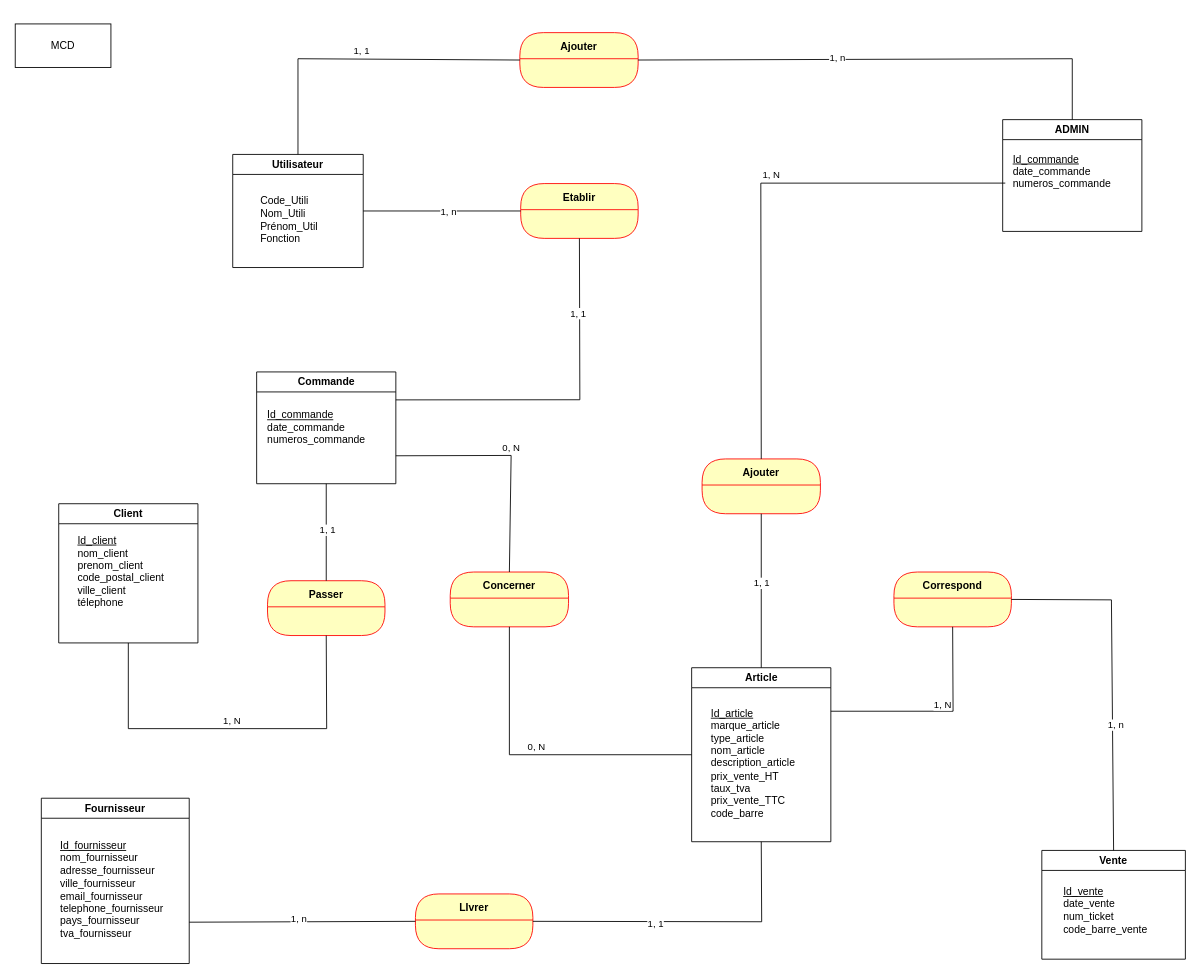
Before: page "MCD" (1 of 3) of G.Stock.drawio in rachellusamba/CO-G.Stock, a draw.io diagram. Source tidied: cells renumbered, new cells numbered last; positions are measured from the earlier drawing's top-left corner, leaving out a move shared by most shapes. Both pictures are drawn from the tidied source at 87%, with x=0, y=0 at pixel (15, 23).
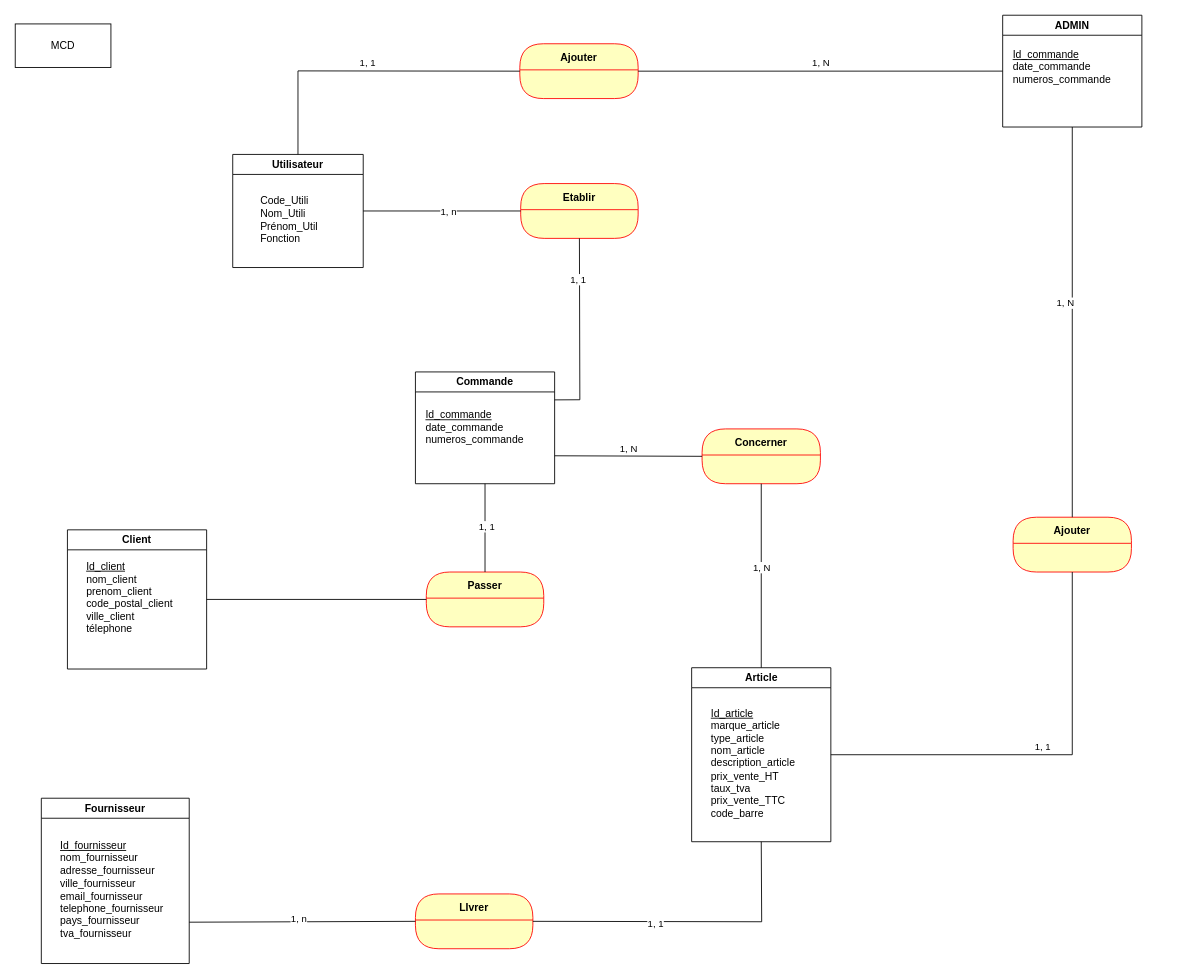
The same page after the edit.

The change refers to these unchanged cells:
```xml
<mxCell id="12" value="Article" style="swimlane;whiteSpace=wrap;html=1;" parent="1" vertex="1">
  <mxGeometry x="777.5" y="740" width="160" height="200" as="geometry" />
</mxCell>
<mxCell id="30" value="Utilisateur" style="swimlane;whiteSpace=wrap;html=1;" parent="1" vertex="1">
  <mxGeometry x="250" y="150" width="150" height="130" as="geometry" />
</mxCell>
<mxCell id="37" value="&lt;div align=&quot;left&quot;&gt;&lt;u&gt;Id_commande&lt;/u&gt;&lt;br&gt;date_commande&lt;br&gt;numeros_commande&lt;br&gt;&lt;br&gt;&lt;/div&gt;&lt;div align=&quot;left&quot;&gt;&lt;br&gt;&lt;/div&gt;" style="text;html=1;align=left;verticalAlign=middle;points=[];strokeColor=none;fillColor=none;" parent="36" vertex="1">
  <mxGeometry x="10" y="28.5" width="140" height="90" as="geometry" />
</mxCell>
```

The edit, as a diff of the source:
```diff
@@
     <mxCell id="2" value="Passer" style="swimlane;fontStyle=1;align=center;verticalAlign=middle;horizontal=1;startSize=30;fontColor=#000000;rounded=1;arcSize=30;strokeColor=#ff0000;fillColor=#ffffc0;swimlaneFillColor=#ffffc0;" parent="1" vertex="1">
-      <mxGeometry x="290" y="640" width="135" height="63" as="geometry" />
+      <mxGeometry x="472.5" y="630" width="135" height="63" as="geometry" />
     </mxCell>
@@
     <mxCell id="4" value="Concerner" style="swimlane;fontStyle=1;align=center;verticalAlign=middle;horizontal=1;startSize=30;fontColor=#000000;rounded=1;arcSize=30;strokeColor=#ff0000;fillColor=#ffffc0;swimlaneFillColor=#ffffc0;" parent="1" vertex="1">
-      <mxGeometry x="500" y="630" width="136" height="63" as="geometry" />
+      <mxGeometry x="789.5" y="465.5" width="136" height="63" as="geometry" />
     </mxCell>
-    <mxCell id="5" value="Correspond" style="swimlane;fontStyle=1;align=center;verticalAlign=middle;horizontal=1;startSize=30;fontColor=#000000;rounded=1;arcSize=30;strokeColor=#ff0000;fillColor=#ffffc0;swimlaneFillColor=#ffffc0;" parent="1" vertex="1">
-      <mxGeometry x="1010" y="630" width="135" height="63" as="geometry" />
-    </mxCell>
@@
     <mxCell id="8" value="Client" style="swimlane;whiteSpace=wrap;html=1;" parent="1" vertex="1">
-      <mxGeometry x="50" y="551.5" width="160" height="160" as="geometry" />
+      <mxGeometry x="60" y="581.5" width="160" height="160" as="geometry" />
     </mxCell>
@@
-    <mxCell id="10" value="Vente" style="swimlane;whiteSpace=wrap;html=1;" parent="1" vertex="1">
-      <mxGeometry x="1180" y="950" width="165" height="125" as="geometry" />
-    </mxCell>
-    <mxCell id="11" value="&lt;div align=&quot;left&quot;&gt;&lt;u&gt;Id_vente&lt;/u&gt;&lt;br&gt;date_vente&lt;br&gt;num_ticket&lt;br&gt;code_barre_vente&lt;/div&gt;" style="text;html=1;align=left;verticalAlign=middle;strokeColor=none;fillColor=none;" parent="10" vertex="1">
-      <mxGeometry x="22.5" y="34" width="120" height="70" as="geometry" />
-    </mxCell>
@@
     <mxCell id="16" value="Commande" style="swimlane;whiteSpace=wrap;html=1;" parent="1" vertex="1">
-      <mxGeometry x="277.5" y="400" width="160" height="128.5" as="geometry" />
+      <mxGeometry x="460" y="400" width="160" height="128.5" as="geometry" />
     </mxCell>
@@
-    <mxCell id="19" value="1, N" style="edgeStyle=none;html=1;endArrow=none;verticalAlign=bottom;rounded=0;exitX=1;exitY=0.25;exitDx=0;exitDy=0;entryX=0.5;entryY=1;entryDx=0;entryDy=0;" parent="1" edge="1" source="12" target="5">
-      <mxGeometry x="0.08" y="-2" relative="1" as="geometry">
-        <Array as="points">
-          <mxPoint x="1078" y="790" />
-        </Array>
-      </mxGeometry>
-    </mxCell>
@@
-    <mxCell id="24" value="0, N" style="edgeStyle=none;html=1;endArrow=none;verticalAlign=bottom;rounded=0;exitX=1;exitY=0.75;exitDx=0;exitDy=0;entryX=0.5;entryY=0;entryDx=0;entryDy=0;" parent="1" edge="1" source="16" target="4">
-      <mxGeometry relative="1" as="geometry">
-        <Array as="points">
-          <mxPoint x="570" y="496" />
-        </Array>
-      </mxGeometry>
-    </mxCell>
-    <mxCell id="25" value="0, N" style="edgeStyle=none;html=1;endArrow=none;verticalAlign=bottom;rounded=0;entryX=0;entryY=0.5;entryDx=0;entryDy=0;exitX=0.5;exitY=1;exitDx=0;exitDy=0;" parent="1" edge="1" source="4" target="12">
-      <mxGeometry relative="1" as="geometry">
-        <Array as="points">
-          <mxPoint x="568" y="840" />
-        </Array>
-      </mxGeometry>
-    </mxCell>
@@
-    <mxCell id="32" style="edgeStyle=none;html=1;endArrow=none;verticalAlign=bottom;rounded=0;entryX=0.5;entryY=0;entryDx=0;entryDy=0;exitX=1;exitY=0.5;exitDx=0;exitDy=0;" parent="1" edge="1" source="5" target="10">
-      <mxGeometry relative="1" as="geometry">
-        <Array as="points">
-          <mxPoint x="1260" y="662" />
-        </Array>
-      </mxGeometry>
-    </mxCell>
-    <mxCell id="33" value="1, n" style="edgeLabel;html=1;align=center;verticalAlign=middle;" parent="32" vertex="1">
-      <mxGeometry x="0.29" y="3" relative="1" as="geometry">
-        <mxPoint y="-1" as="offset" />
-      </mxGeometry>
-    </mxCell>
@@
     <mxCell id="36" value="ADMIN" style="swimlane;whiteSpace=wrap;html=1;" parent="1" vertex="1">
-      <mxGeometry x="1135" y="110" width="160" height="128.5" as="geometry" />
+      <mxGeometry x="1135" y="-10" width="160" height="128.5" as="geometry" />
     </mxCell>
@@
     <mxCell id="38" value="Ajouter" style="swimlane;fontStyle=1;align=center;verticalAlign=middle;horizontal=1;startSize=30;fontColor=#000000;rounded=1;arcSize=30;strokeColor=#ff0000;fillColor=#ffffc0;swimlaneFillColor=#ffffc0;" parent="1" vertex="1">
-      <mxGeometry x="789.5" y="500" width="136" height="63" as="geometry" />
+      <mxGeometry x="1147" y="567" width="136" height="63" as="geometry" />
     </mxCell>
-    <mxCell id="39" style="edgeStyle=none;html=1;endArrow=none;verticalAlign=bottom;rounded=0;entryX=0.5;entryY=0;entryDx=0;entryDy=0;exitX=-0.05;exitY=0.494;exitDx=0;exitDy=0;exitPerimeter=0;" parent="1" edge="1" source="37" target="38">
-      <mxGeometry relative="1" as="geometry">
-        <Array as="points">
-          <mxPoint x="857" y="183" />
-        </Array>
-      </mxGeometry>
+    <mxCell id="39" style="edgeStyle=none;html=1;endArrow=none;verticalAlign=bottom;rounded=0;entryX=0.5;entryY=0;entryDx=0;entryDy=0;exitX=0.5;exitY=1;exitDx=0;exitDy=0;" parent="1" edge="1" source="36" target="38">
+      <mxGeometry relative="1" as="geometry" />
     </mxCell>
@@
-    <mxCell id="41" value="1, 1 " style="edgeStyle=none;html=1;endArrow=none;verticalAlign=bottom;rounded=0;entryX=0.5;entryY=0;entryDx=0;entryDy=0;exitX=0.5;exitY=1;exitDx=0;exitDy=0;" parent="1" edge="1" source="38" target="12">
-      <mxGeometry relative="1" as="geometry" />
+    <mxCell id="41" value="1, 1 " style="edgeStyle=none;html=1;endArrow=none;verticalAlign=bottom;rounded=0;exitX=0.5;exitY=1;exitDx=0;exitDy=0;entryX=1;entryY=0.5;entryDx=0;entryDy=0;" parent="1" edge="1" source="38" target="12">
+      <mxGeometry relative="1" as="geometry">
+        <Array as="points">
+          <mxPoint x="1215" y="840" />
+        </Array>
+      </mxGeometry>
     </mxCell>
     <mxCell id="42" value="Ajouter" style="swimlane;fontStyle=1;align=center;verticalAlign=middle;horizontal=1;startSize=30;fontColor=#000000;rounded=1;arcSize=30;strokeColor=#ff0000;fillColor=#ffffc0;swimlaneFillColor=#ffffc0;" parent="1" vertex="1">
-      <mxGeometry x="580" y="10" width="136" height="63" as="geometry" />
+      <mxGeometry x="580" y="22.8" width="136" height="63" as="geometry" />
     </mxCell>
+    <mxCell id="45" value="1, 1" style="edgeStyle=none;html=1;endArrow=none;verticalAlign=bottom;rounded=0;exitX=0.5;exitY=0;exitDx=0;exitDy=0;entryX=0;entryY=0.5;entryDx=0;entryDy=0;" parent="1" edge="1" source="30" target="42">
+      <mxGeometry relative="1" as="geometry">
+        <Array as="points">
+          <mxPoint x="325" y="54" />
+        </Array>
+      </mxGeometry>
+    </mxCell>
-    <mxCell id="43" style="edgeStyle=none;html=1;endArrow=none;verticalAlign=bottom;rounded=0;entryX=0.5;entryY=0;entryDx=0;entryDy=0;exitX=1;exitY=0.5;exitDx=0;exitDy=0;" parent="1" edge="1" source="42" target="36">
-      <mxGeometry relative="1" as="geometry">
-        <Array as="points">
-          <mxPoint x="1215" y="40" />
-        </Array>
-      </mxGeometry>
+    <mxCell id="43" value="1, N" style="edgeStyle=none;html=1;endArrow=none;verticalAlign=bottom;rounded=0;entryX=0;entryY=0.5;entryDx=0;entryDy=0;exitX=1;exitY=0.5;exitDx=0;exitDy=0;" parent="1" edge="1" source="42" target="36">
+      <mxGeometry relative="1" as="geometry" />
     </mxCell>
-    <mxCell id="44" value="1, n" style="edgeLabel;html=1;align=center;verticalAlign=middle;" parent="43" vertex="1">
-      <mxGeometry x="-0.2" y="2" relative="1" as="geometry">
-        <mxPoint x="1" as="offset" />
-      </mxGeometry>
-    </mxCell>
-    <mxCell id="45" value="1, 1" style="edgeStyle=none;html=1;endArrow=none;verticalAlign=bottom;rounded=0;exitX=0.5;exitY=0;exitDx=0;exitDy=0;entryX=0;entryY=0.5;entryDx=0;entryDy=0;" parent="1" edge="1" source="30" target="42">
-      <mxGeometry relative="1" as="geometry">
-        <Array as="points">
-          <mxPoint x="325" y="40" />
-        </Array>
-      </mxGeometry>
-    </mxCell>
+    <mxCell id="24" value="1, N" style="edgeStyle=none;html=1;endArrow=none;verticalAlign=bottom;rounded=0;exitX=1;exitY=0.75;exitDx=0;exitDy=0;entryX=0;entryY=0.5;entryDx=0;entryDy=0;" parent="1" edge="1" source="16" target="4">
+      <mxGeometry relative="1" as="geometry" />
+    </mxCell>
+    <mxCell id="47" value="1, N" style="edgeStyle=none;html=1;endArrow=none;verticalAlign=bottom;rounded=0;entryX=0.5;entryY=1;entryDx=0;entryDy=0;exitX=0.5;exitY=0;exitDx=0;exitDy=0;" parent="1" edge="1" source="12" target="4">
+      <mxGeometry relative="1" as="geometry" />
+    </mxCell>
-    <mxCell id="46" value="1, N" style="edgeStyle=none;html=1;endArrow=none;verticalAlign=bottom;rounded=0;exitX=0.5;exitY=1;exitDx=0;exitDy=0;entryX=0.5;entryY=1;entryDx=0;entryDy=0;" parent="1" edge="1" source="8" target="2">
-      <mxGeometry relative="1" as="geometry">
-        <Array as="points">
-          <mxPoint x="130" y="810" />
-          <mxPoint x="358" y="810" />
-        </Array>
-      </mxGeometry>
+    <mxCell id="46" style="edgeStyle=none;html=1;endArrow=none;verticalAlign=bottom;rounded=0;exitX=1;exitY=0.5;exitDx=0;exitDy=0;entryX=0;entryY=0.5;entryDx=0;entryDy=0;" parent="1" edge="1" source="8" target="2">
+      <mxGeometry relative="1" as="geometry" />
     </mxCell>
```
